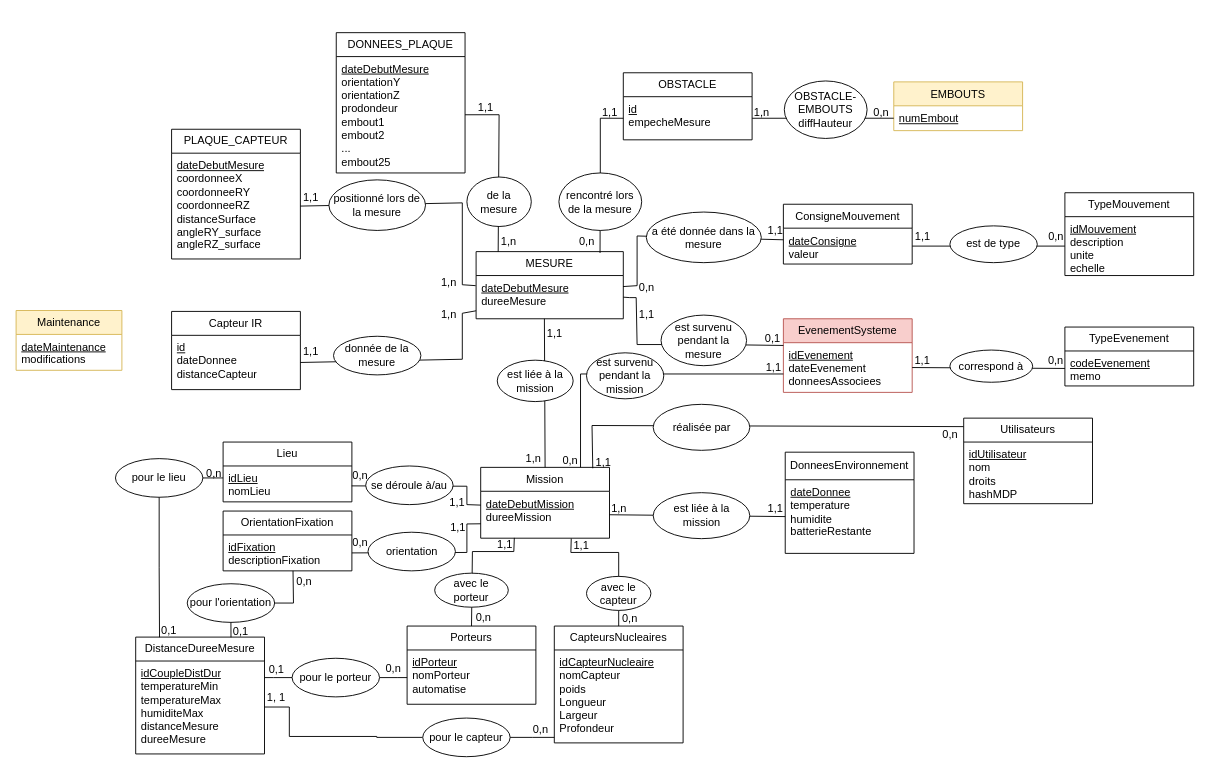
Above: BDD/MEA XEMA.drawio in MomoFall/SPOC-INFORMATIQUE (draw.io), before the change. Source tidied: cells renumbered, new cells numbered last; positions are measured from the earlier drawing's top-left corner, leaving out a move shared by most shapes. Both pictures are drawn from the tidied source at 92%, with x=0, y=0 at pixel (16, 32).
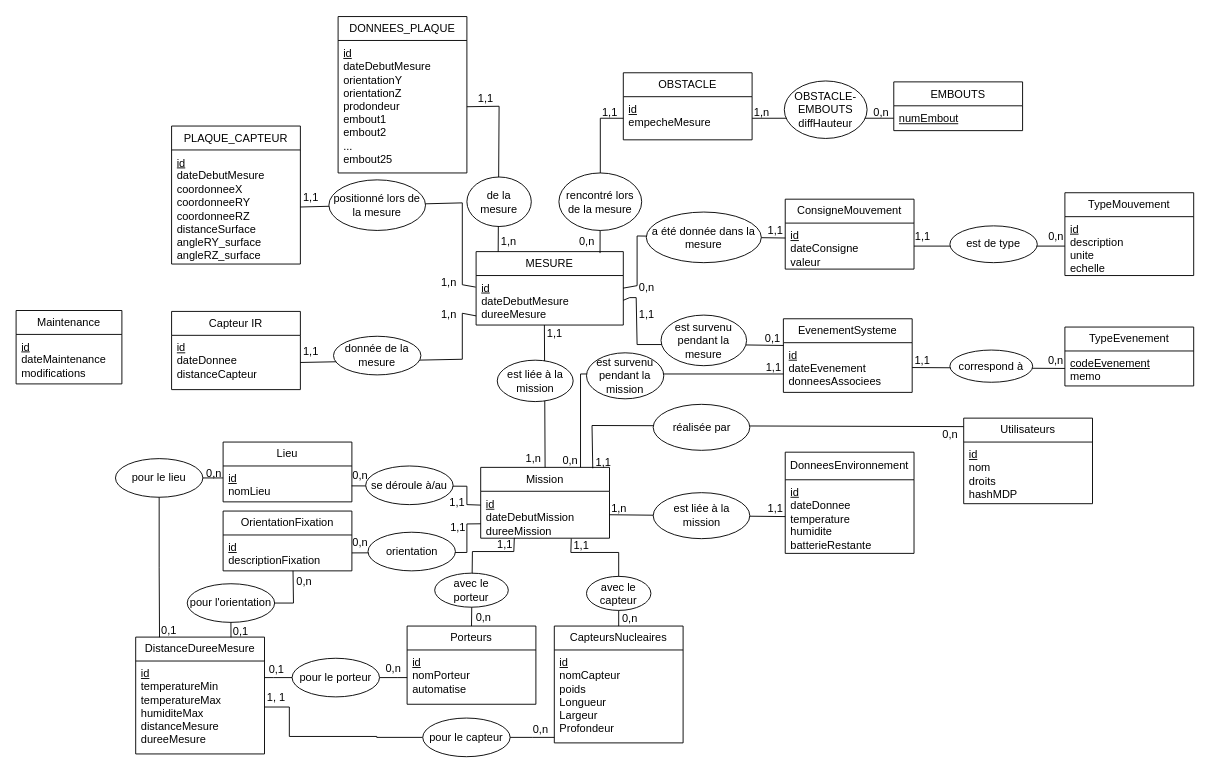
After the change.

Commit message:
Mettre à jour MEA XEMA.drawio

Unchanged cells that the change refers to:
```xml
<mxCell id="8" value="DonneesEnvironnement" style="swimlane;fontStyle=0;horizontal=1;startSize=30;fillColor=none;whiteSpace=wrap;html=1;" parent="1" vertex="1">
  <mxGeometry x="836" y="456" width="140" height="110" as="geometry" />
</mxCell>
<mxCell id="20" value="Mission" style="swimlane;fontStyle=0;horizontal=1;startSize=26;fillColor=none;whiteSpace=wrap;html=1;" parent="1" vertex="1">
  <mxGeometry x="505" y="472.5" width="140" height="77" as="geometry" />
</mxCell>
<mxCell id="30" value="TypeMouvement" style="swimlane;fontStyle=0;horizontal=1;startSize=26;fillColor=none;whiteSpace=wrap;html=1;" parent="1" vertex="1">
  <mxGeometry x="1140" y="174" width="140" height="90" as="geometry" />
</mxCell>
<mxCell id="70" value="Lieu" style="swimlane;fontStyle=0;horizontal=1;startSize=26;fillColor=none;whiteSpace=wrap;html=1;" parent="1" vertex="1">
  <mxGeometry x="225" y="445" width="140" height="65" as="geometry" />
</mxCell>
<mxCell id="72" value="OrientationFixation" style="swimlane;fontStyle=0;horizontal=1;startSize=26;fillColor=none;whiteSpace=wrap;html=1;" parent="1" vertex="1">
  <mxGeometry x="225" y="520" width="140" height="65" as="geometry" />
</mxCell>
<mxCell id="78" value="Porteurs" style="swimlane;fontStyle=0;horizontal=1;startSize=26;fillColor=none;whiteSpace=wrap;html=1;" parent="1" vertex="1">
  <mxGeometry x="425" y="645" width="140" height="85" as="geometry" />
</mxCell>
<mxCell id="80" value="CapteursNucleaires" style="swimlane;fontStyle=0;horizontal=1;startSize=26;fillColor=none;whiteSpace=wrap;html=1;" parent="1" vertex="1">
  <mxGeometry x="585" y="645" width="140" height="127" as="geometry" />
</mxCell>
<mxCell id="94" value="Utilisateurs" style="swimlane;fontStyle=0;horizontal=1;startSize=26;fillColor=none;whiteSpace=wrap;html=1;" parent="1" vertex="1">
  <mxGeometry x="1030" y="419" width="140" height="93" as="geometry" />
</mxCell>
<mxCell id="100" value="DistanceDureeMesure" style="swimlane;fontStyle=0;horizontal=1;startSize=26;fillColor=none;whiteSpace=wrap;html=1;" parent="1" vertex="1">
  <mxGeometry x="130" y="657" width="140" height="127" as="geometry" />
</mxCell>
```

Diff of the diagram source:
```diff
@@
     <mxCell id="2" value="MESURE" style="swimlane;fontStyle=0;horizontal=1;startSize=26;fillColor=none;whiteSpace=wrap;html=1;" parent="1" vertex="1">
-      <mxGeometry x="500" y="238" width="160" height="73" as="geometry" />
+      <mxGeometry x="500" y="238" width="160" height="79.8" as="geometry" />
     </mxCell>
-    <mxCell id="3" value="&lt;div&gt;&lt;u&gt;dateDebutMesure&lt;/u&gt;&lt;/div&gt;&lt;div&gt;dureeMesure&lt;/div&gt;" style="text;strokeColor=none;fillColor=none;align=left;verticalAlign=top;spacingLeft=4;spacingRight=4;overflow=hidden;points=[[0,0.5],[1,0.5]];portConstraint=eastwest;whiteSpace=wrap;html=1;" parent="2" vertex="1">
-      <mxGeometry y="26" width="160" height="47" as="geometry" />
+    <mxCell id="3" value="&lt;div&gt;&lt;u&gt;id&lt;/u&gt;&lt;/div&gt;&lt;div&gt;dateDebutMesure&lt;/div&gt;&lt;div&gt;dureeMesure&lt;/div&gt;" style="text;strokeColor=none;fillColor=none;align=left;verticalAlign=top;spacingLeft=4;spacingRight=4;overflow=hidden;points=[[0,0.5],[1,0.5]];portConstraint=eastwest;whiteSpace=wrap;html=1;" parent="2" vertex="1">
+      <mxGeometry y="26" width="160" height="53.8" as="geometry" />
     </mxCell>
     <mxCell id="4" value="PLAQUE_CAPTEUR" style="swimlane;fontStyle=0;horizontal=1;startSize=26;fillColor=none;whiteSpace=wrap;html=1;" parent="1" vertex="1">
-      <mxGeometry x="169" y="105" width="140" height="141" as="geometry" />
+      <mxGeometry x="169" y="101.5" width="140" height="150" as="geometry" />
     </mxCell>
-    <mxCell id="5" value="&lt;div&gt;&lt;u&gt;dateDebutMesure&lt;br&gt;&lt;/u&gt;&lt;div&gt;&lt;div&gt;&lt;div&gt;coordonneeX&lt;/div&gt;&lt;/div&gt;&lt;div&gt;coordonneeRY&lt;/div&gt;&lt;div&gt;coordonneeRZ&lt;/div&gt;&lt;/div&gt;&lt;div&gt;distanceSurface&lt;/div&gt;&lt;div&gt;angleRY_surface&lt;/div&gt;&lt;div&gt;angleRZ_surface&lt;/div&gt;&lt;/div&gt;" style="text;strokeColor=none;fillColor=none;align=left;verticalAlign=top;spacingLeft=4;spacingRight=4;overflow=hidden;points=[[0,0.5],[1,0.5]];portConstraint=eastwest;whiteSpace=wrap;html=1;" parent="4" vertex="1">
-      <mxGeometry y="26" width="140" height="115" as="geometry" />
+    <mxCell id="5" value="&lt;div&gt;&lt;u&gt;id&lt;/u&gt;&lt;/div&gt;&lt;div&gt;dateDebutMesure&lt;br&gt;&lt;div&gt;&lt;div&gt;&lt;div&gt;coordonneeX&lt;/div&gt;&lt;/div&gt;&lt;div&gt;coordonneeRY&lt;/div&gt;&lt;div&gt;coordonneeRZ&lt;/div&gt;&lt;/div&gt;&lt;div&gt;distanceSurface&lt;/div&gt;&lt;div&gt;angleRY_surface&lt;/div&gt;&lt;div&gt;angleRZ_surface&lt;/div&gt;&lt;/div&gt;" style="text;strokeColor=none;fillColor=none;align=left;verticalAlign=top;spacingLeft=4;spacingRight=4;overflow=hidden;points=[[0,0.5],[1,0.5]];portConstraint=eastwest;whiteSpace=wrap;html=1;" parent="4" vertex="1">
+      <mxGeometry y="26" width="140" height="124" as="geometry" />
     </mxCell>
@@
-    <mxCell id="9" value="&lt;span style=&quot;background-color: transparent; color: light-dark(rgb(0, 0, 0), rgb(255, 255, 255));&quot;&gt;&lt;u&gt;dateDonnee&lt;/u&gt;&lt;/span&gt;&lt;div&gt;&lt;div&gt;temperature&lt;/div&gt;&lt;div&gt;humidite&lt;/div&gt;&lt;/div&gt;&lt;div&gt;batterieRestante&lt;/div&gt;" style="text;strokeColor=none;fillColor=none;align=left;verticalAlign=top;spacingLeft=4;spacingRight=4;overflow=hidden;points=[[0,0.5],[1,0.5]];portConstraint=eastwest;whiteSpace=wrap;html=1;" parent="8" vertex="1">
+    <mxCell id="9" value="&lt;span style=&quot;background-color: transparent; color: light-dark(rgb(0, 0, 0), rgb(255, 255, 255));&quot;&gt;&lt;u&gt;id&lt;/u&gt;&lt;/span&gt;&lt;div&gt;&lt;span style=&quot;background-color: transparent; color: light-dark(rgb(0, 0, 0), rgb(255, 255, 255));&quot;&gt;dateDonnee&lt;/span&gt;&lt;div&gt;&lt;div&gt;temperature&lt;/div&gt;&lt;div&gt;humidite&lt;/div&gt;&lt;/div&gt;&lt;div&gt;batterieRestante&lt;/div&gt;&lt;/div&gt;" style="text;strokeColor=none;fillColor=none;align=left;verticalAlign=top;spacingLeft=4;spacingRight=4;overflow=hidden;points=[[0,0.5],[1,0.5]];portConstraint=eastwest;whiteSpace=wrap;html=1;" parent="8" vertex="1">
       <mxGeometry y="30" width="140" height="80" as="geometry" />
     </mxCell>
     <mxCell id="10" value="ConsigneMouvement" style="swimlane;fontStyle=0;horizontal=1;startSize=26;fillColor=none;whiteSpace=wrap;html=1;" parent="1" vertex="1">
-      <mxGeometry x="834" y="186.5" width="140" height="65" as="geometry" />
+      <mxGeometry x="836" y="181" width="140" height="76" as="geometry" />
     </mxCell>
-    <mxCell id="11" value="&lt;div&gt;&lt;div&gt;&lt;u&gt;dateConsigne&lt;/u&gt;&lt;/div&gt;&lt;div&gt;valeur&lt;/div&gt;&lt;/div&gt;" style="text;strokeColor=none;fillColor=none;align=left;verticalAlign=top;spacingLeft=4;spacingRight=4;overflow=hidden;points=[[0,0.5],[1,0.5]];portConstraint=eastwest;whiteSpace=wrap;html=1;" parent="10" vertex="1">
-      <mxGeometry y="26" width="140" height="39" as="geometry" />
+    <mxCell id="11" value="&lt;div&gt;&lt;u style=&quot;background-color: transparent; color: light-dark(rgb(0, 0, 0), rgb(255, 255, 255));&quot;&gt;id&lt;/u&gt;&lt;/div&gt;&lt;div&gt;dateConsigne&lt;/div&gt;&lt;div&gt;valeur&lt;br&gt;&lt;/div&gt;" style="text;strokeColor=none;fillColor=none;align=left;verticalAlign=top;spacingLeft=4;spacingRight=4;overflow=hidden;points=[[0,0.5],[1,0.5]];portConstraint=eastwest;whiteSpace=wrap;html=1;" parent="10" vertex="1">
+      <mxGeometry y="26" width="140" height="50" as="geometry" />
     </mxCell>
@@
-    <mxCell id="14" value="EMBOUTS" style="swimlane;fontStyle=0;horizontal=1;startSize=26;fillColor=#fff2cc;whiteSpace=wrap;html=1;strokeColor=#d6b656;" parent="1" vertex="1">
+    <mxCell id="14" value="EMBOUTS" style="swimlane;fontStyle=0;horizontal=1;startSize=26;whiteSpace=wrap;html=1;" parent="1" vertex="1">
       <mxGeometry x="954" y="53.5" width="140" height="53" as="geometry" />
     </mxCell>
@@
-    <mxCell id="18" value="EvenementSysteme" style="swimlane;fontStyle=0;horizontal=1;startSize=26;fillColor=#f8cecc;whiteSpace=wrap;html=1;strokeColor=#b85450;" parent="1" vertex="1">
+    <mxCell id="18" value="EvenementSysteme" style="swimlane;fontStyle=0;horizontal=1;startSize=26;whiteSpace=wrap;html=1;" parent="1" vertex="1">
       <mxGeometry x="834" y="311" width="140" height="80" as="geometry" />
     </mxCell>
-    <mxCell id="19" value="&lt;u&gt;idEvenement&lt;/u&gt;&lt;div&gt;dateEvenement&lt;/div&gt;&lt;div&gt;donneesAssociees&lt;/div&gt;" style="text;strokeColor=none;fillColor=none;align=left;verticalAlign=top;spacingLeft=4;spacingRight=4;overflow=hidden;points=[[0,0.5],[1,0.5]];portConstraint=eastwest;whiteSpace=wrap;html=1;" parent="18" vertex="1">
+    <mxCell id="19" value="&lt;u&gt;id&lt;/u&gt;&lt;div&gt;dateEvenement&lt;/div&gt;&lt;div&gt;donneesAssociees&lt;/div&gt;" style="text;strokeColor=none;fillColor=none;align=left;verticalAlign=top;spacingLeft=4;spacingRight=4;overflow=hidden;points=[[0,0.5],[1,0.5]];portConstraint=eastwest;whiteSpace=wrap;html=1;" parent="18" vertex="1">
       <mxGeometry y="26" width="140" height="54" as="geometry" />
     </mxCell>
@@
-    <mxCell id="21" value="&lt;div&gt;&lt;u&gt;dateDebutMission&lt;/u&gt;&lt;/div&gt;&lt;div&gt;dureeMission&lt;/div&gt;" style="text;strokeColor=none;fillColor=none;align=left;verticalAlign=top;spacingLeft=4;spacingRight=4;overflow=hidden;points=[[0,0.5],[1,0.5]];portConstraint=eastwest;whiteSpace=wrap;html=1;" parent="20" vertex="1">
+    <mxCell id="21" value="&lt;div&gt;&lt;u&gt;id&lt;/u&gt;&lt;/div&gt;&lt;div&gt;dateDebutMission&lt;/div&gt;&lt;div&gt;dureeMission&lt;/div&gt;" style="text;strokeColor=none;fillColor=none;align=left;verticalAlign=top;spacingLeft=4;spacingRight=4;overflow=hidden;points=[[0,0.5],[1,0.5]];portConstraint=eastwest;whiteSpace=wrap;html=1;" parent="20" vertex="1">
       <mxGeometry y="26" width="140" height="51" as="geometry" />
     </mxCell>
@@
     <mxCell id="26" value="DONNEES_PLAQUE" style="swimlane;fontStyle=0;horizontal=1;startSize=26;fillColor=none;whiteSpace=wrap;html=1;" parent="1" vertex="1">
-      <mxGeometry x="348" width="140" height="152.5" as="geometry" />
+      <mxGeometry x="350" y="-17.5" width="140" height="170" as="geometry" />
     </mxCell>
-    <mxCell id="27" value="&lt;div&gt;&lt;u style=&quot;background-color: transparent; color: light-dark(rgb(0, 0, 0), rgb(255, 255, 255));&quot;&gt;dateDebutMesure&lt;/u&gt;&lt;/div&gt;&lt;div&gt;orientationY&lt;/div&gt;&lt;div&gt;orientationZ&lt;/div&gt;&lt;div&gt;prodondeur&lt;/div&gt;&lt;div&gt;embout1&lt;/div&gt;&lt;div&gt;embout2&lt;/div&gt;&lt;div&gt;...&lt;/div&gt;&lt;div&gt;embout25&lt;/div&gt;" style="text;strokeColor=none;fillColor=none;align=left;verticalAlign=top;spacingLeft=4;spacingRight=4;overflow=hidden;points=[[0,0.5],[1,0.5]];portConstraint=eastwest;whiteSpace=wrap;html=1;" parent="26" vertex="1">
-      <mxGeometry y="26" width="140" height="126.5" as="geometry" />
+    <mxCell id="27" value="&lt;div&gt;&lt;span style=&quot;background-color: transparent; color: light-dark(rgb(0, 0, 0), rgb(255, 255, 255));&quot;&gt;&lt;u&gt;id&lt;/u&gt;&lt;/span&gt;&lt;/div&gt;&lt;div&gt;&lt;span style=&quot;background-color: transparent; color: light-dark(rgb(0, 0, 0), rgb(255, 255, 255));&quot;&gt;dateDebutMesure&lt;/span&gt;&lt;/div&gt;&lt;div&gt;orientationY&lt;/div&gt;&lt;div&gt;orientationZ&lt;/div&gt;&lt;div&gt;prodondeur&lt;/div&gt;&lt;div&gt;embout1&lt;/div&gt;&lt;div&gt;embout2&lt;/div&gt;&lt;div&gt;...&lt;/div&gt;&lt;div&gt;embout25&lt;/div&gt;" style="text;strokeColor=none;fillColor=none;align=left;verticalAlign=top;spacingLeft=4;spacingRight=4;overflow=hidden;points=[[0,0.5],[1,0.5]];portConstraint=eastwest;whiteSpace=wrap;html=1;" parent="26" vertex="1">
+      <mxGeometry y="26" width="140" height="144" as="geometry" />
     </mxCell>
@@
-    <mxCell id="31" value="&lt;u style=&quot;&quot;&gt;idMouvement&lt;/u&gt;&lt;div&gt;description&lt;/div&gt;&lt;div&gt;unite&lt;/div&gt;&lt;div&gt;echelle&lt;/div&gt;" style="text;strokeColor=none;fillColor=none;align=left;verticalAlign=top;spacingLeft=4;spacingRight=4;overflow=hidden;points=[[0,0.5],[1,0.5]];portConstraint=eastwest;whiteSpace=wrap;html=1;" parent="30" vertex="1">
+    <mxCell id="31" value="&lt;u style=&quot;&quot;&gt;id&lt;/u&gt;&lt;div&gt;description&lt;/div&gt;&lt;div&gt;unite&lt;/div&gt;&lt;div&gt;echelle&lt;/div&gt;" style="text;strokeColor=none;fillColor=none;align=left;verticalAlign=top;spacingLeft=4;spacingRight=4;overflow=hidden;points=[[0,0.5],[1,0.5]];portConstraint=eastwest;whiteSpace=wrap;html=1;" parent="30" vertex="1">
       <mxGeometry y="26" width="140" height="64" as="geometry" />
     </mxCell>
@@
     <mxCell id="60" style="rounded=0;jettySize=auto;html=1;exitX=0.15;exitY=0.003;exitDx=0;exitDy=0;endArrow=none;endFill=0;exitPerimeter=0;entryX=1;entryY=0.5;entryDx=0;entryDy=0;" parent="1" edge="1" source="2" target="27">
-      <mxGeometry relative="1" as="geometry">
+      <mxGeometry x="-0.04" relative="1" as="geometry">
         <Array as="points">
-          <mxPoint x="525" y="89.2" />
+          <mxPoint x="525" y="80" />
         </Array>
       </mxGeometry>
     </mxCell>
@@
     <mxCell id="65" value="1,1" style="html=1;whiteSpace=wrap;align=right;verticalAlign=bottom;" parent="1" vertex="1">
-      <mxGeometry x="520" y="90" as="geometry" />
+      <mxGeometry x="520" y="80" as="geometry" />
     </mxCell>
@@
-    <mxCell id="71" value="&lt;u style=&quot;&quot;&gt;idLieu&lt;/u&gt;&lt;div&gt;nomLieu&lt;/div&gt;" style="text;strokeColor=none;fillColor=none;align=left;verticalAlign=top;spacingLeft=4;spacingRight=4;overflow=hidden;points=[[0,0.5],[1,0.5]];portConstraint=eastwest;whiteSpace=wrap;html=1;" parent="70" vertex="1">
+    <mxCell id="71" value="&lt;u style=&quot;&quot;&gt;id&lt;/u&gt;&lt;div&gt;&lt;span style=&quot;background-color: transparent; color: light-dark(rgb(0, 0, 0), rgb(255, 255, 255));&quot;&gt;nomLieu&lt;/span&gt;&lt;/div&gt;" style="text;strokeColor=none;fillColor=none;align=left;verticalAlign=top;spacingLeft=4;spacingRight=4;overflow=hidden;points=[[0,0.5],[1,0.5]];portConstraint=eastwest;whiteSpace=wrap;html=1;" parent="70" vertex="1">
       <mxGeometry y="26" width="140" height="39" as="geometry" />
     </mxCell>
@@
-    <mxCell id="73" value="&lt;u style=&quot;&quot;&gt;idFixation&lt;/u&gt;&lt;div&gt;descriptionFixation&lt;/div&gt;" style="text;strokeColor=none;fillColor=none;align=left;verticalAlign=top;spacingLeft=4;spacingRight=4;overflow=hidden;points=[[0,0.5],[1,0.5]];portConstraint=eastwest;whiteSpace=wrap;html=1;" parent="72" vertex="1">
+    <mxCell id="73" value="&lt;u style=&quot;&quot;&gt;id&lt;/u&gt;&lt;div&gt;descriptionFixation&lt;/div&gt;" style="text;strokeColor=none;fillColor=none;align=left;verticalAlign=top;spacingLeft=4;spacingRight=4;overflow=hidden;points=[[0,0.5],[1,0.5]];portConstraint=eastwest;whiteSpace=wrap;html=1;" parent="72" vertex="1">
       <mxGeometry y="26" width="140" height="39" as="geometry" />
     </mxCell>
@@
-    <mxCell id="79" value="&lt;u style=&quot;&quot;&gt;idPorteur&lt;/u&gt;&lt;div&gt;nomPorteur&lt;/div&gt;&lt;div&gt;automatise&lt;/div&gt;" style="text;strokeColor=none;fillColor=none;align=left;verticalAlign=top;spacingLeft=4;spacingRight=4;overflow=hidden;whiteSpace=wrap;html=1;" parent="78" vertex="1">
+    <mxCell id="79" value="&lt;u style=&quot;&quot;&gt;id&lt;/u&gt;&lt;div&gt;nomPorteur&lt;/div&gt;&lt;div&gt;automatise&lt;/div&gt;" style="text;strokeColor=none;fillColor=none;align=left;verticalAlign=top;spacingLeft=4;spacingRight=4;overflow=hidden;whiteSpace=wrap;html=1;" parent="78" vertex="1">
       <mxGeometry y="26" width="140" height="59" as="geometry" />
     </mxCell>
@@
-    <mxCell id="81" value="&lt;u style=&quot;&quot;&gt;idCapteurNucleaire&lt;/u&gt;&lt;div&gt;nomCapteur&lt;/div&gt;&lt;div&gt;poids&lt;/div&gt;&lt;div&gt;Longueur&lt;/div&gt;&lt;div&gt;Largeur&lt;/div&gt;&lt;div&gt;Profondeur&lt;/div&gt;" style="text;strokeColor=none;fillColor=none;align=left;verticalAlign=top;spacingLeft=4;spacingRight=4;overflow=hidden;whiteSpace=wrap;html=1;" parent="80" vertex="1">
+    <mxCell id="81" value="&lt;u style=&quot;&quot;&gt;id&lt;/u&gt;&lt;div&gt;nomCapteur&lt;/div&gt;&lt;div&gt;poids&lt;/div&gt;&lt;div&gt;Longueur&lt;/div&gt;&lt;div&gt;Largeur&lt;/div&gt;&lt;div&gt;Profondeur&lt;/div&gt;" style="text;strokeColor=none;fillColor=none;align=left;verticalAlign=top;spacingLeft=4;spacingRight=4;overflow=hidden;whiteSpace=wrap;html=1;" parent="80" vertex="1">
       <mxGeometry y="26" width="140" height="101" as="geometry" />
     </mxCell>
@@
-    <mxCell id="95" value="&lt;u&gt;idUtilisateur&lt;/u&gt;&lt;div&gt;nom&lt;/div&gt;&lt;div&gt;droits&lt;/div&gt;&lt;div&gt;hashMDP&lt;/div&gt;" style="text;strokeColor=none;fillColor=none;align=left;verticalAlign=top;spacingLeft=4;spacingRight=4;overflow=hidden;whiteSpace=wrap;html=1;" parent="94" vertex="1">
+    <mxCell id="95" value="&lt;u&gt;id&lt;/u&gt;&lt;div&gt;nom&lt;/div&gt;&lt;div&gt;droits&lt;/div&gt;&lt;div&gt;hashMDP&lt;/div&gt;" style="text;strokeColor=none;fillColor=none;align=left;verticalAlign=top;spacingLeft=4;spacingRight=4;overflow=hidden;whiteSpace=wrap;html=1;" parent="94" vertex="1">
       <mxGeometry y="26" width="140" height="67" as="geometry" />
     </mxCell>
@@
-    <mxCell id="101" value="&lt;u style=&quot;&quot;&gt;idCoupleDistDur&lt;/u&gt;&lt;div&gt;temperatureMin&lt;/div&gt;&lt;div&gt;temperatureMax&lt;/div&gt;&lt;div&gt;humiditeMax&lt;/div&gt;&lt;div&gt;distanceMesure&lt;/div&gt;&lt;div&gt;dureeMesure&lt;/div&gt;" style="text;strokeColor=none;fillColor=none;align=left;verticalAlign=top;spacingLeft=4;spacingRight=4;overflow=hidden;whiteSpace=wrap;html=1;" parent="100" vertex="1">
+    <mxCell id="101" value="&lt;u style=&quot;&quot;&gt;id&lt;/u&gt;&lt;div&gt;&lt;span style=&quot;background-color: transparent; color: light-dark(rgb(0, 0, 0), rgb(255, 255, 255));&quot;&gt;temperatureMin&lt;/span&gt;&lt;div&gt;temperatureMax&lt;/div&gt;&lt;div&gt;humiditeMax&lt;/div&gt;&lt;div&gt;distanceMesure&lt;/div&gt;&lt;div&gt;dureeMesure&lt;/div&gt;&lt;/div&gt;" style="text;strokeColor=none;fillColor=none;align=left;verticalAlign=top;spacingLeft=4;spacingRight=4;overflow=hidden;whiteSpace=wrap;html=1;" parent="100" vertex="1">
       <mxGeometry y="26" width="140" height="101" as="geometry" />
     </mxCell>
@@
-    <mxCell id="122" value="Maintenance" style="swimlane;fontStyle=0;horizontal=1;startSize=26;fillColor=#fff2cc;whiteSpace=wrap;html=1;strokeColor=#d6b656;" parent="1" vertex="1">
-      <mxGeometry y="302" width="115" height="65" as="geometry" />
+    <mxCell id="122" value="Maintenance" style="swimlane;fontStyle=0;horizontal=1;startSize=26;whiteSpace=wrap;html=1;" parent="1" vertex="1">
+      <mxGeometry y="302" width="115" height="79.8" as="geometry" />
     </mxCell>
-    <mxCell id="123" value="&lt;span style=&quot;background-color: transparent; color: light-dark(rgb(0, 0, 0), rgb(255, 255, 255));&quot;&gt;&lt;u&gt;dateMaintenance&lt;/u&gt;&lt;/span&gt;&lt;div&gt;modifications&lt;/div&gt;" style="text;strokeColor=none;fillColor=none;align=left;verticalAlign=top;spacingLeft=4;spacingRight=4;overflow=hidden;whiteSpace=wrap;html=1;" parent="122" vertex="1">
-      <mxGeometry y="26" width="115" height="39" as="geometry" />
+    <mxCell id="123" value="&lt;span style=&quot;background-color: transparent; color: light-dark(rgb(0, 0, 0), rgb(255, 255, 255));&quot;&gt;&lt;u&gt;id&lt;/u&gt;&lt;/span&gt;&lt;div&gt;&lt;span style=&quot;background-color: transparent; color: light-dark(rgb(0, 0, 0), rgb(255, 255, 255));&quot;&gt;dateMaintenance&lt;/span&gt;&lt;div&gt;modifications&lt;/div&gt;&lt;/div&gt;" style="text;strokeColor=none;fillColor=none;align=left;verticalAlign=top;spacingLeft=4;spacingRight=4;overflow=hidden;whiteSpace=wrap;html=1;" parent="122" vertex="1">
+      <mxGeometry y="26" width="115" height="53.8" as="geometry" />
     </mxCell>
```
